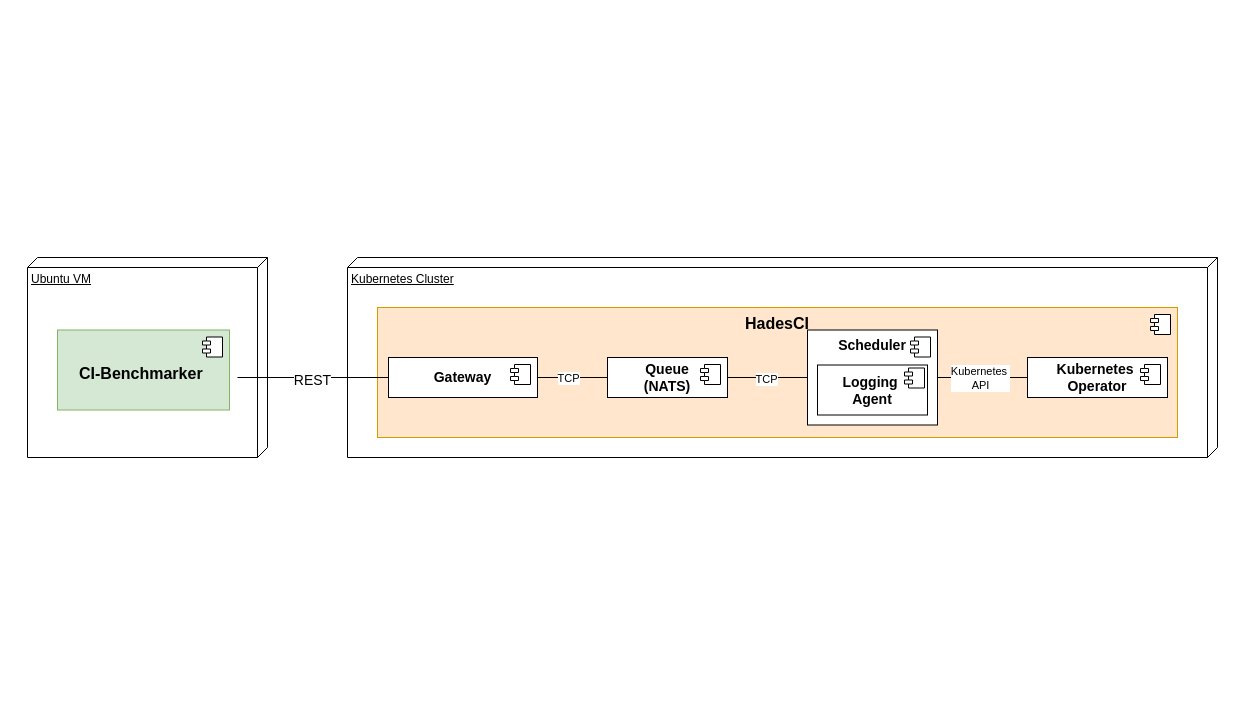
This is Diagram/HadesCI-Hardware:Software Mapping.drawio from ShuaiweiYu/master-thesis, a draw.io file, before an edit. Source tidied: cells renumbered, new cells numbered last; positions are measured from the earlier drawing's top-left corner, leaving out a move shared by most shapes. Both pictures are drawn from the tidied source at 100%, with x=0, y=0 at pixel (27, 257).
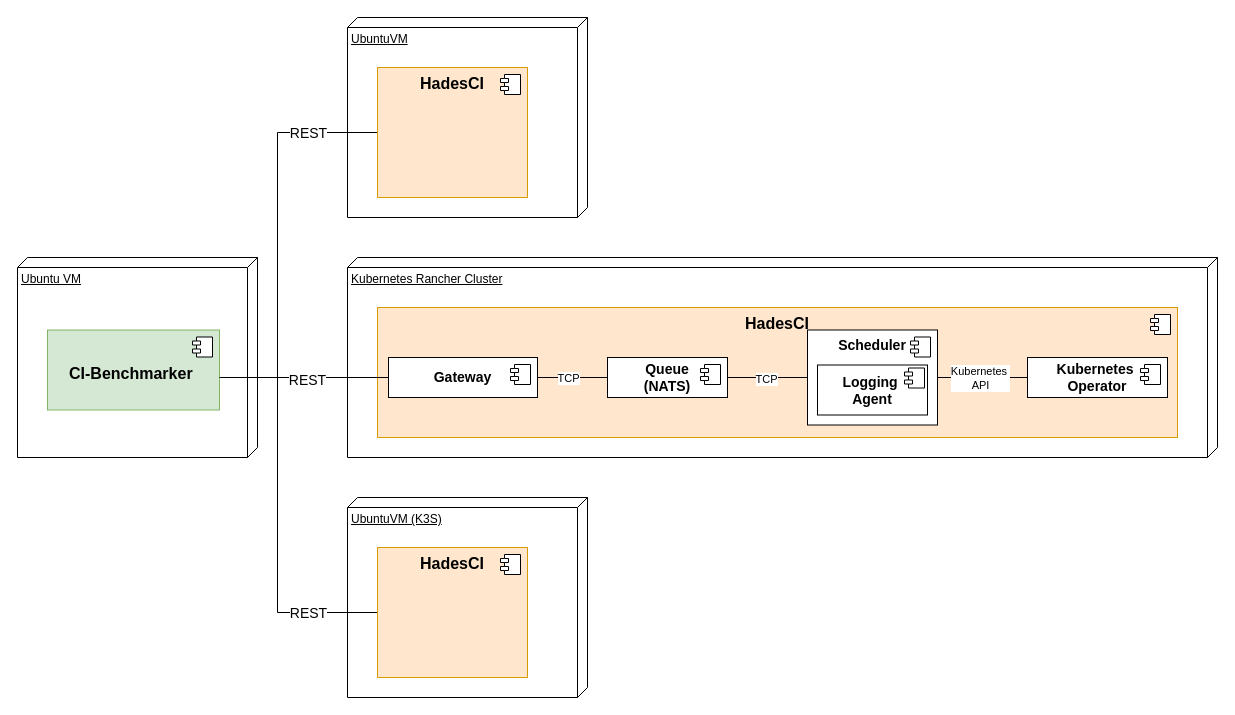
The same diagram, later.

Diff of the diagram source:
```diff
@@
+    <mxCell id="29" value="UbuntuVM (K3S)" style="verticalAlign=top;align=left;spacingTop=8;spacingLeft=2;spacingRight=12;shape=cube;size=10;direction=south;fontStyle=4;html=1;whiteSpace=wrap;" parent="1" vertex="1">
+      <mxGeometry x="320" y="240" width="240" height="200" as="geometry" />
+    </mxCell>
+    <mxCell id="30" value="UbuntuVM" style="verticalAlign=top;align=left;spacingTop=8;spacingLeft=2;spacingRight=12;shape=cube;size=10;direction=south;fontStyle=4;html=1;whiteSpace=wrap;" parent="1" vertex="1">
+      <mxGeometry x="320" y="-240" width="240" height="200" as="geometry" />
+    </mxCell>
-    <mxCell id="2" value="Kubernetes Cluster" style="verticalAlign=top;align=left;spacingTop=8;spacingLeft=2;spacingRight=12;shape=cube;size=10;direction=south;fontStyle=4;html=1;whiteSpace=wrap;" parent="1" vertex="1">
+    <mxCell id="2" value="Kubernetes Rancher Cluster" style="verticalAlign=top;align=left;spacingTop=8;spacingLeft=2;spacingRight=12;shape=cube;size=10;direction=south;fontStyle=4;html=1;whiteSpace=wrap;" parent="1" vertex="1">
       <mxGeometry x="320" width="870" height="200" as="geometry" />
     </mxCell>
     <mxCell id="3" value="Ubuntu VM" style="verticalAlign=top;align=left;spacingTop=8;spacingLeft=2;spacingRight=12;shape=cube;size=10;direction=south;fontStyle=4;html=1;whiteSpace=wrap;" parent="1" vertex="1">
-      <mxGeometry width="240" height="200" as="geometry" />
+      <mxGeometry x="-10" width="240" height="200" as="geometry" />
     </mxCell>
@@
     <mxCell id="24" style="html=1;whiteSpace=wrap;verticalAlign=top;fillColor=#d5e8d4;strokeColor=#82b366;fontSize=16;" parent="1" vertex="1">
-      <mxGeometry x="30" y="72.5" width="172" height="80" as="geometry" />
+      <mxGeometry x="20" y="72.5" width="172" height="80" as="geometry" />
     </mxCell>
@@
+    <mxCell id="31" style="edgeStyle=orthogonalEdgeStyle;rounded=0;jettySize=auto;html=1;entryX=0;entryY=0.5;entryDx=0;entryDy=0;endArrow=none;endFill=0;" parent="1" edge="1" source="28" target="33">
+      <mxGeometry relative="1" as="geometry">
+        <Array as="points">
+          <mxPoint x="250" y="120" />
+          <mxPoint x="250" y="-125" />
+        </Array>
+      </mxGeometry>
+    </mxCell>
+    <mxCell id="32" style="edgeStyle=orthogonalEdgeStyle;rounded=0;jettySize=auto;html=1;entryX=0;entryY=0.5;entryDx=0;entryDy=0;endArrow=none;endFill=0;" parent="1" edge="1" source="24" target="35">
+      <mxGeometry relative="1" as="geometry">
+        <Array as="points">
+          <mxPoint x="250" y="120" />
+          <mxPoint x="250" y="355" />
+        </Array>
+      </mxGeometry>
+    </mxCell>
     <mxCell id="28" value="&lt;b style=&quot;forced-color-adjust: none; font-family: Helvetica; font-size: 16px; font-style: normal; font-variant-ligatures: normal; font-variant-caps: normal; letter-spacing: normal; orphans: 2; text-align: center; text-indent: 0px; text-transform: none; widows: 2; word-spacing: 0px; -webkit-text-stroke-width: 0px; white-space: normal; text-decoration-thickness: initial; text-decoration-style: initial; text-decoration-color: initial; box-shadow: none !important;&quot;&gt;CI-Benchmarker&lt;/b&gt;" style="text;whiteSpace=wrap;html=1;fontColor=default;labelBackgroundColor=none;" parent="1" vertex="1">
-      <mxGeometry x="50" y="100" width="160" height="40" as="geometry" />
+      <mxGeometry x="40" y="100" width="160" height="40" as="geometry" />
     </mxCell>
+    <mxCell id="33" value="&lt;div&gt;&lt;b&gt;HadesCI&lt;/b&gt;&lt;/div&gt;" style="html=1;whiteSpace=wrap;verticalAlign=top;fillColor=#ffe6cc;strokeColor=#d79b00;fontSize=16;" parent="1" vertex="1">
+      <mxGeometry x="350" y="-190" width="150" height="130" as="geometry" />
+    </mxCell>
+    <mxCell id="34" style="shape=module;jettyWidth=8;jettyHeight=4;" parent="33" vertex="1">
+      <mxGeometry x="1" width="20" height="20" relative="1" as="geometry">
+        <mxPoint x="-27" y="7" as="offset" />
+      </mxGeometry>
+    </mxCell>
+    <mxCell id="35" value="&lt;div&gt;&lt;b&gt;HadesCI&lt;/b&gt;&lt;/div&gt;" style="html=1;whiteSpace=wrap;verticalAlign=top;fillColor=#ffe6cc;strokeColor=#d79b00;fontSize=16;" parent="1" vertex="1">
+      <mxGeometry x="350" y="290" width="150" height="130" as="geometry" />
+    </mxCell>
+    <mxCell id="36" style="shape=module;jettyWidth=8;jettyHeight=4;" parent="35" vertex="1">
+      <mxGeometry x="1" width="20" height="20" relative="1" as="geometry">
+        <mxPoint x="-27" y="7" as="offset" />
+      </mxGeometry>
+    </mxCell>
+    <mxCell id="37" value="&lt;font style=&quot;font-size: 14px;&quot;&gt;REST&lt;/font&gt;" style="edgeLabel;html=1;align=center;verticalAlign=middle;" parent="1" vertex="1">
+      <mxGeometry x="280" y="-125" as="geometry" />
+    </mxCell>
+    <mxCell id="38" value="&lt;font style=&quot;font-size: 14px;&quot;&gt;REST&lt;/font&gt;" style="edgeLabel;html=1;align=center;verticalAlign=middle;" parent="1" vertex="1">
+      <mxGeometry x="280" y="355" as="geometry" />
+    </mxCell>
```
